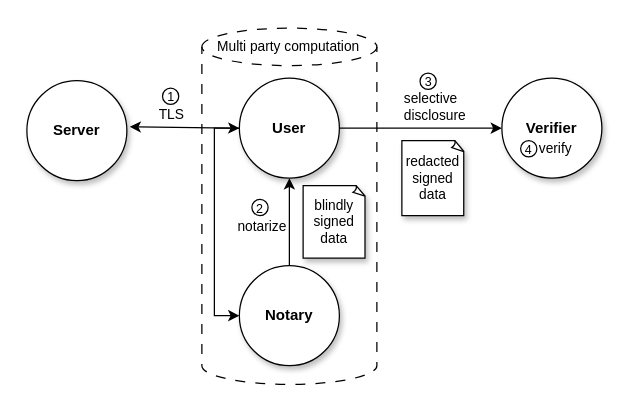
tlsnotary/docs-mdbook keeps this draw.io diagram as diagrams/overview_notary.drawio. Above is the earlier version. Source tidied: cells renumbered, new cells numbered last; positions are measured from the earlier drawing's top-left corner, leaving out a move shared by most shapes. Both pictures are drawn from the tidied source at 125%, with x=0, y=0 at pixel (26, 21).
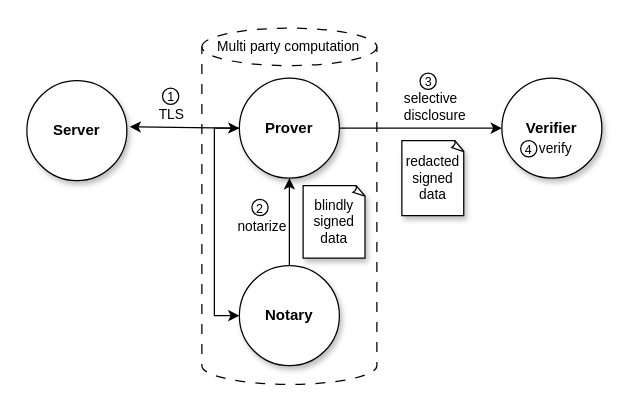
Above is the later version.

What changed in the source:
```diff
@@
-    <mxCell id="3" value="User" style="ellipse;whiteSpace=wrap;html=1;shadow=1;fontStyle=1;" parent="1" vertex="1">
+    <mxCell id="3" value="Prover" style="ellipse;whiteSpace=wrap;html=1;shadow=1;fontStyle=1;" parent="1" vertex="1">
       <mxGeometry x="170" y="45" width="80" height="80" as="geometry" />
     </mxCell>
```
